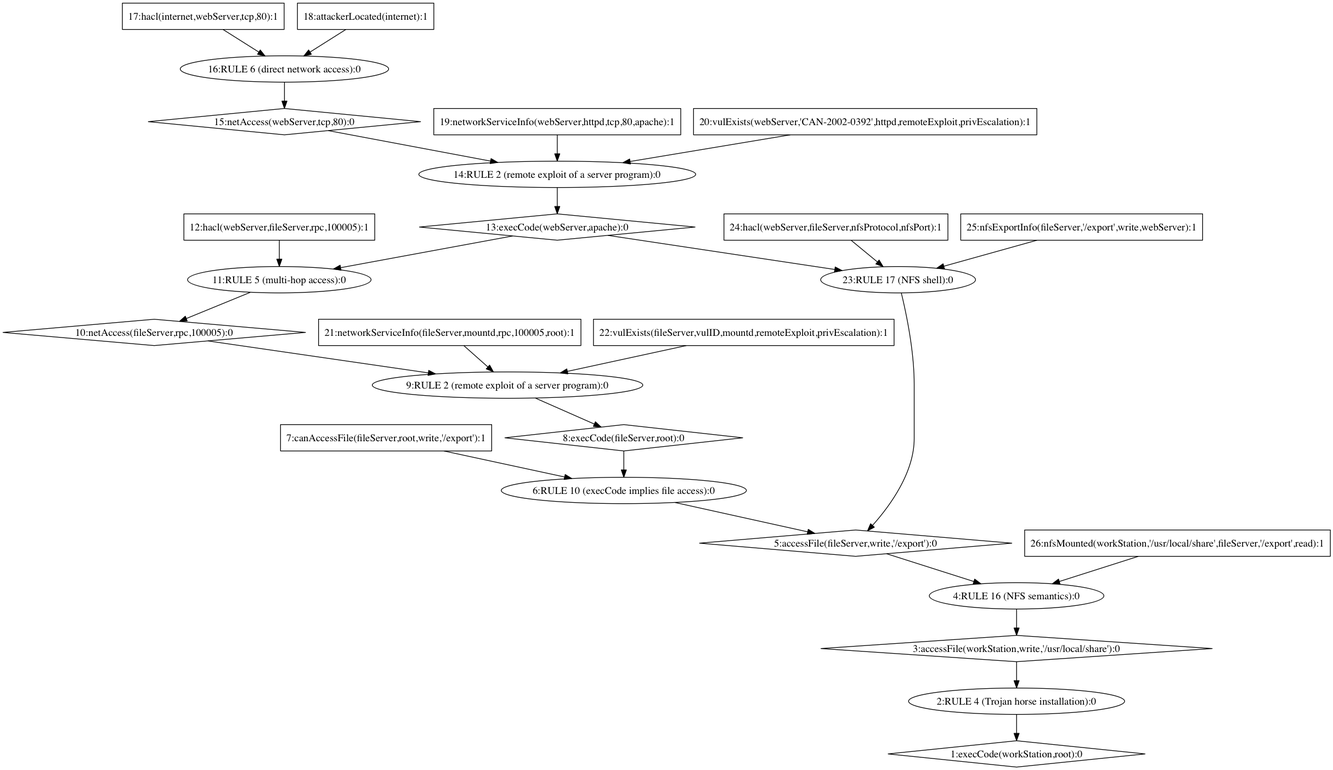
kafkafield/CyberMetric keeps this Graphviz diagram as mulval/testcases/3host/AttackGraph.png. Above is the earlier version. Its source is kept beside it as mulval/testcases/3host/AttackGraph.dot. Source of this version:
```dot
digraph G {
t1 [label="1:execCode(workStation,root):0",shape=diamond];
t2 [label="2:RULE 4 (Trojan horse installation):0",shape=ellipse];
t3 [label="3:accessFile(workStation,write,'/usr/local/share'):0",shape=diamond];
t4 [label="4:RULE 16 (NFS semantics):0",shape=ellipse];
t5 [label="5:accessFile(fileServer,write,'/export'):0",shape=diamond];
t6 [label="6:RULE 10 (execCode implies file access):0",shape=ellipse];
t7 [label="7:canAccessFile(fileServer,root,write,'/export'):1",shape=box];
t8 [label="8:execCode(fileServer,root):0",shape=diamond];
t9 [label="9:RULE 2 (remote exploit of a server program):0",shape=ellipse];
t10 [label="10:netAccess(fileServer,rpc,100005):0",shape=diamond];
t11 [label="11:RULE 5 (multi-hop access):0",shape=ellipse];
t12 [label="12:hacl(webServer,fileServer,rpc,100005):1",shape=box];
t13 [label="13:execCode(webServer,apache):0",shape=diamond];
t14 [label="14:RULE 2 (remote exploit of a server program):0",shape=ellipse];
t15 [label="15:netAccess(webServer,tcp,80):0",shape=diamond];
t16 [label="16:RULE 6 (direct network access):0",shape=ellipse];
t17 [label="17:hacl(internet,webServer,tcp,80):1",shape=box];
t18 [label="18:attackerLocated(internet):1",shape=box];
t19 [label="19:networkServiceInfo(webServer,httpd,tcp,80,apache):1",shape=box];
t20 [label="20:vulExists(webServer,'CAN-2002-0392',httpd,remoteExploit,privEscalation):1",shape=box];
t21 [label="21:networkServiceInfo(fileServer,mountd,rpc,100005,root):1",shape=box];
t22 [label="22:vulExists(fileServer,vulID,mountd,remoteExploit,privEscalation):1",shape=box];
t23 [label="23:RULE 17 (NFS shell):0",shape=ellipse];
t24 [label="24:hacl(webServer,fileServer,nfsProtocol,nfsPort):1",shape=box];
t25 [label="25:nfsExportInfo(fileServer,'/export',write,webServer):1",shape=box];
t26 [label="26:nfsMounted(workStation,'/usr/local/share',fileServer,'/export',read):1",shape=box];
t7 -> t6;
t12 -> t11;
t17 -> t16;
t18 -> t16;
t16 -> t15;
t15 -> t14;
t19 -> t14;
t20 -> t14;
t14 -> t13;
t13 -> t11;
t11 -> t10;
t10 -> t9;
t21 -> t9;
t22 -> t9;
t9 -> t8;
t8 -> t6;
t6 -> t5;
t24 -> t23;
t25 -> t23;
t13 -> t23;
t23 -> t5;
t5 -> t4;
t26 -> t4;
t4 -> t3;
t3 -> t2;
t2 -> t1;
}
```
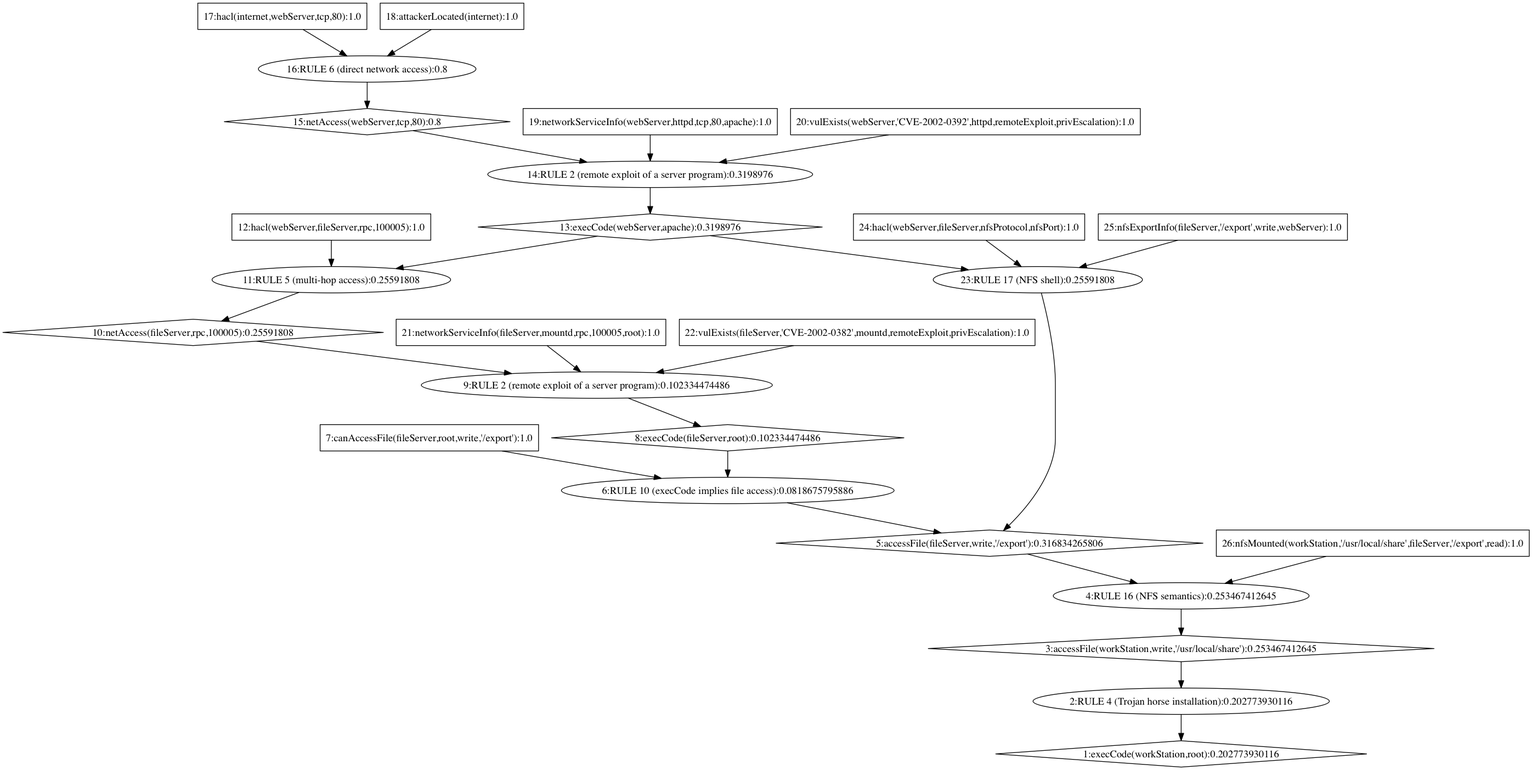
After the change.

What changed in the source:
```diff
@@ -1,30 +1,30 @@
 digraph G {
-t1 [label="1:execCode(workStation,root):0",shape=diamond];
-t2 [label="2:RULE 4 (Trojan horse installation):0",shape=ellipse];
-t3 [label="3:accessFile(workStation,write,'/usr/local/share'):0",shape=diamond];
-t4 [label="4:RULE 16 (NFS semantics):0",shape=ellipse];
-t5 [label="5:accessFile(fileServer,write,'/export'):0",shape=diamond];
-t6 [label="6:RULE 10 (execCode implies file access):0",shape=ellipse];
-t7 [label="7:canAccessFile(fileServer,root,write,'/export'):1",shape=box];
-t8 [label="8:execCode(fileServer,root):0",shape=diamond];
-t9 [label="9:RULE 2 (remote exploit of a server program):0",shape=ellipse];
-t10 [label="10:netAccess(fileServer,rpc,100005):0",shape=diamond];
-t11 [label="11:RULE 5 (multi-hop access):0",shape=ellipse];
-t12 [label="12:hacl(webServer,fileServer,rpc,100005):1",shape=box];
-t13 [label="13:execCode(webServer,apache):0",shape=diamond];
-t14 [label="14:RULE 2 (remote exploit of a server program):0",shape=ellipse];
-t15 [label="15:netAccess(webServer,tcp,80):0",shape=diamond];
-t16 [label="16:RULE 6 (direct network access):0",shape=ellipse];
-t17 [label="17:hacl(internet,webServer,tcp,80):1",shape=box];
-t18 [label="18:attackerLocated(internet):1",shape=box];
-t19 [label="19:networkServiceInfo(webServer,httpd,tcp,80,apache):1",shape=box];
-t20 [label="20:vulExists(webServer,'CAN-2002-0392',httpd,remoteExploit,privEscalation):1",shape=box];
-t21 [label="21:networkServiceInfo(fileServer,mountd,rpc,100005,root):1",shape=box];
-t22 [label="22:vulExists(fileServer,vulID,mountd,remoteExploit,privEscalation):1",shape=box];
-t23 [label="23:RULE 17 (NFS shell):0",shape=ellipse];
-t24 [label="24:hacl(webServer,fileServer,nfsProtocol,nfsPort):1",shape=box];
-t25 [label="25:nfsExportInfo(fileServer,'/export',write,webServer):1",shape=box];
-t26 [label="26:nfsMounted(workStation,'/usr/local/share',fileServer,'/export',read):1",shape=box];
+t1 [label="1:execCode(workStation,root):0.202773930116",shape=diamond];
+t2 [label="2:RULE 4 (Trojan horse installation):0.202773930116",shape=ellipse];
+t3 [label="3:accessFile(workStation,write,'/usr/local/share'):0.253467412645",shape=diamond];
+t4 [label="4:RULE 16 (NFS semantics):0.253467412645",shape=ellipse];
+t5 [label="5:accessFile(fileServer,write,'/export'):0.316834265806",shape=diamond];
+t6 [label="6:RULE 10 (execCode implies file access):0.0818675795886",shape=ellipse];
+t7 [label="7:canAccessFile(fileServer,root,write,'/export'):1.0",shape=box];
+t8 [label="8:execCode(fileServer,root):0.102334474486",shape=diamond];
+t9 [label="9:RULE 2 (remote exploit of a server program):0.102334474486",shape=ellipse];
+t10 [label="10:netAccess(fileServer,rpc,100005):0.25591808",shape=diamond];
+t11 [label="11:RULE 5 (multi-hop access):0.25591808",shape=ellipse];
+t12 [label="12:hacl(webServer,fileServer,rpc,100005):1.0",shape=box];
+t13 [label="13:execCode(webServer,apache):0.3198976",shape=diamond];
+t14 [label="14:RULE 2 (remote exploit of a server program):0.3198976",shape=ellipse];
+t15 [label="15:netAccess(webServer,tcp,80):0.8",shape=diamond];
+t16 [label="16:RULE 6 (direct network access):0.8",shape=ellipse];
+t17 [label="17:hacl(internet,webServer,tcp,80):1.0",shape=box];
+t18 [label="18:attackerLocated(internet):1.0",shape=box];
+t19 [label="19:networkServiceInfo(webServer,httpd,tcp,80,apache):1.0",shape=box];
+t20 [label="20:vulExists(webServer,'CVE-2002-0392',httpd,remoteExploit,privEscalation):1.0",shape=box];
+t21 [label="21:networkServiceInfo(fileServer,mountd,rpc,100005,root):1.0",shape=box];
+t22 [label="22:vulExists(fileServer,'CVE-2002-0382',mountd,remoteExploit,privEscalation):1.0",shape=box];
+t23 [label="23:RULE 17 (NFS shell):0.25591808",shape=ellipse];
+t24 [label="24:hacl(webServer,fileServer,nfsProtocol,nfsPort):1.0",shape=box];
+t25 [label="25:nfsExportInfo(fileServer,'/export',write,webServer):1.0",shape=box];
+t26 [label="26:nfsMounted(workStation,'/usr/local/share',fileServer,'/export',read):1.0",shape=box];
 t7 -> t6;
 t12 -> t11;
 t17 -> t16;
```
